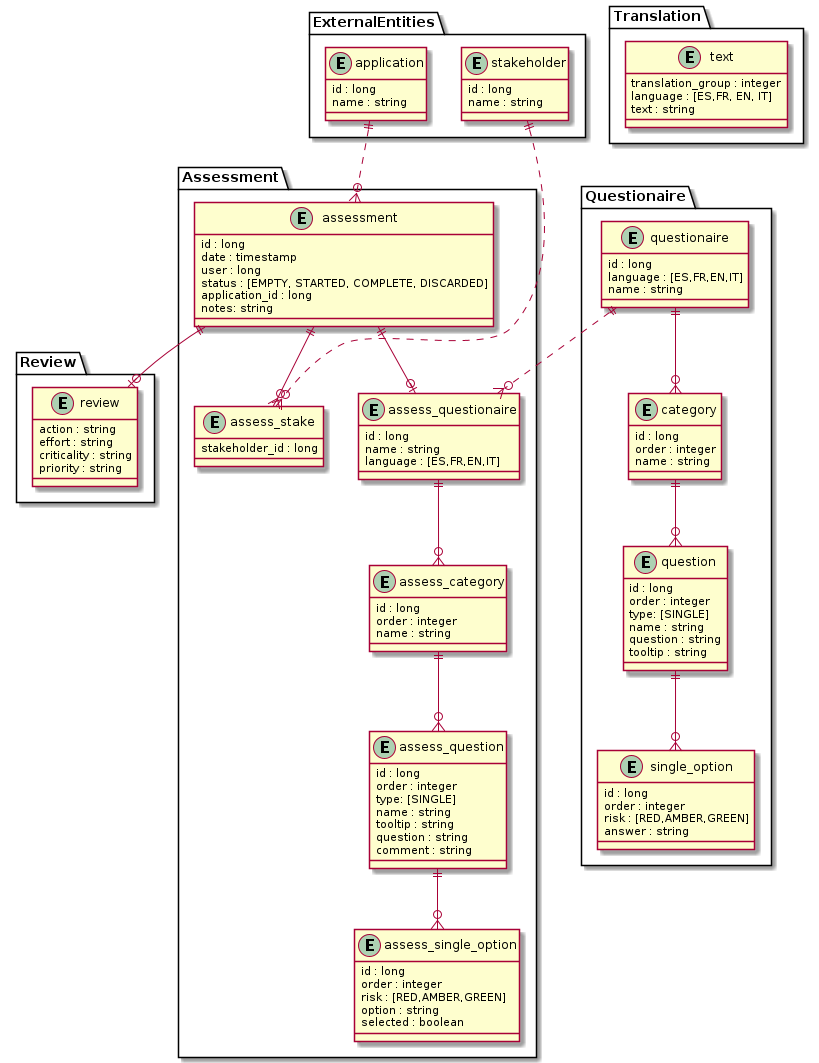
Before: doc/diagrams/out/Model.png, a diagram exported from PlantUML (konveyor/tackle-pathfinder).
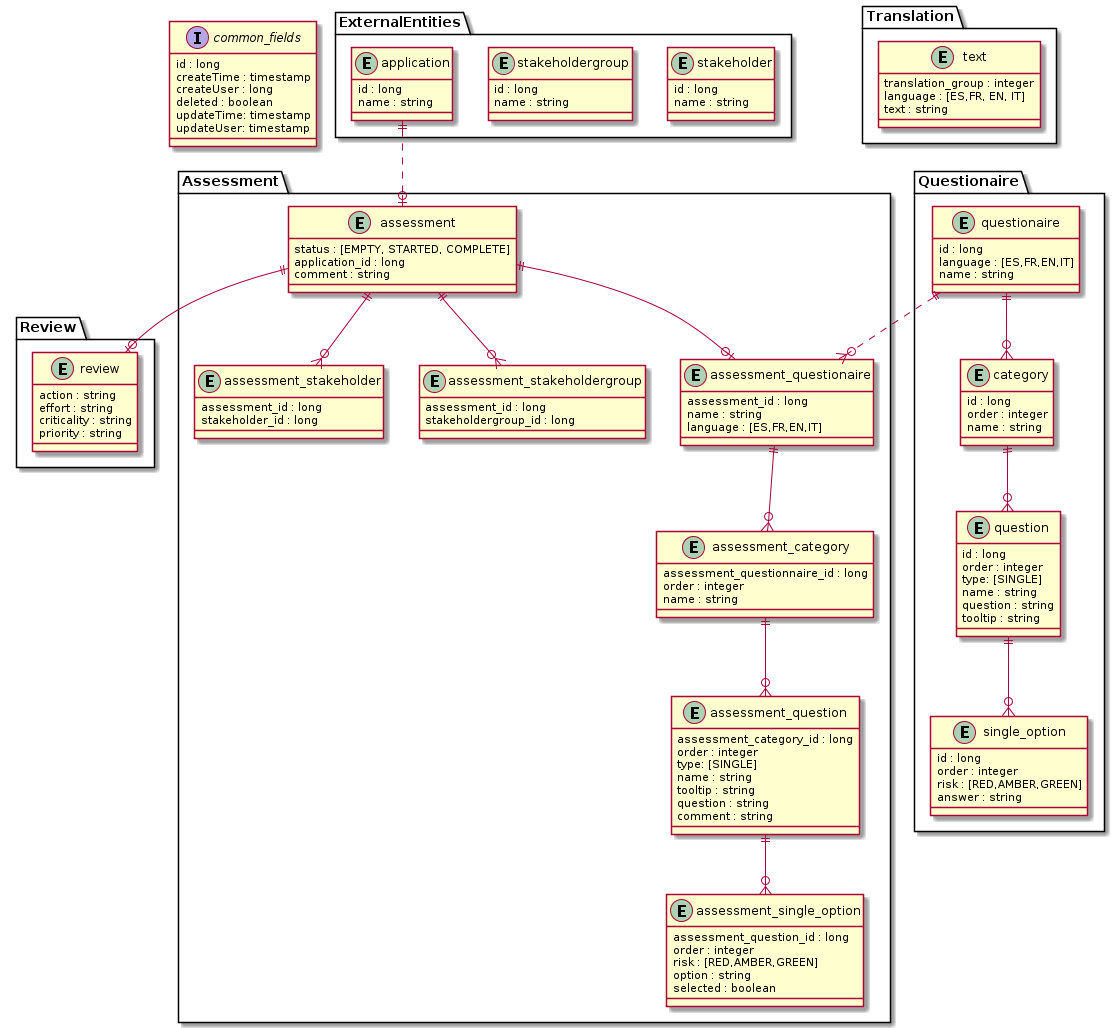
After the change.

Change to the diagram source:
```diff
@@ -1,7 +1,20 @@
 @startuml "Model"
+
+interface common_fields {
+    id : long
+    createTime : timestamp
+    createUser : long
+    deleted : boolean
+    updateTime: timestamp
+    updateUser: timestamp
+}
 
 package ExternalEntities {
     entity stakeholder {
+        id : long
+        name : string
+    }
+    entity stakeholdergroup {
         id : long
         name : string
     }
@@ -12,27 +25,23 @@
 }
 
 package Assessment {
-
     entity assessment {
-        id : long
-        date : timestamp
-        user : long
-        status : [EMPTY, STARTED, COMPLETE, DISCARDED]
+        status : [EMPTY, STARTED, COMPLETE]
         application_id : long
-        notes: string
+        comment : string
     }
-    entity assess_questionaire {
-        id : long
+    entity assessment_questionaire {
+        assessment_id : long
         name : string
         language : [ES,FR,EN,IT]
     }
-    entity assess_category {
-        id : long
+    entity assessment_category {
+        assessment_questionnaire_id : long
         order : integer
         name : string
     }
-    entity assess_question {
-        id : long
+    entity assessment_question {
+        assessment_category_id : long
         order : integer
         type: [SINGLE]
         name : string
@@ -41,23 +50,28 @@
         comment : string
     }
 
-    entity assess_single_option {
-        id : long
+    entity assessment_single_option {
+        assessment_question_id : long
         order : integer
         risk : [RED,AMBER,GREEN]
         option : string
         selected : boolean
     }
 
-    entity assess_stake {
+    entity assessment_stakeholder {
+        assessment_id : long
         stakeholder_id : long
     }
 
-    assess_questionaire ||--o{ assess_category
-    assess_category ||--o{ assess_question
-    assess_question ||--o{ assess_single_option
-    assessment ||--o| assess_questionaire
+    entity assessment_stakeholdergroup {
+        assessment_id : long
+        stakeholdergroup_id : long
+    }
 
+    assessment_questionaire ||--o{ assessment_category
+    assessment_category ||--o{ assessment_question
+    assessment_question ||--o{ assessment_single_option
+    assessment ||--o| assessment_questionaire
 }
 package Review {
     entity review {
@@ -106,12 +120,12 @@
     }
 }
 
-assessment ||--o{ assess_stake
+assessment ||--o{ assessment_stakeholder
+assessment ||--o{ assessment_stakeholdergroup
 assessment ||--o| review
 
-application ||..o{ assessment
-stakeholder ||..o{ assess_stake
+application ||..o| assessment
 
-questionaire ||..o{ assess_questionaire
+questionaire ||..o{ assessment_questionaire
 
 @enduml
```
